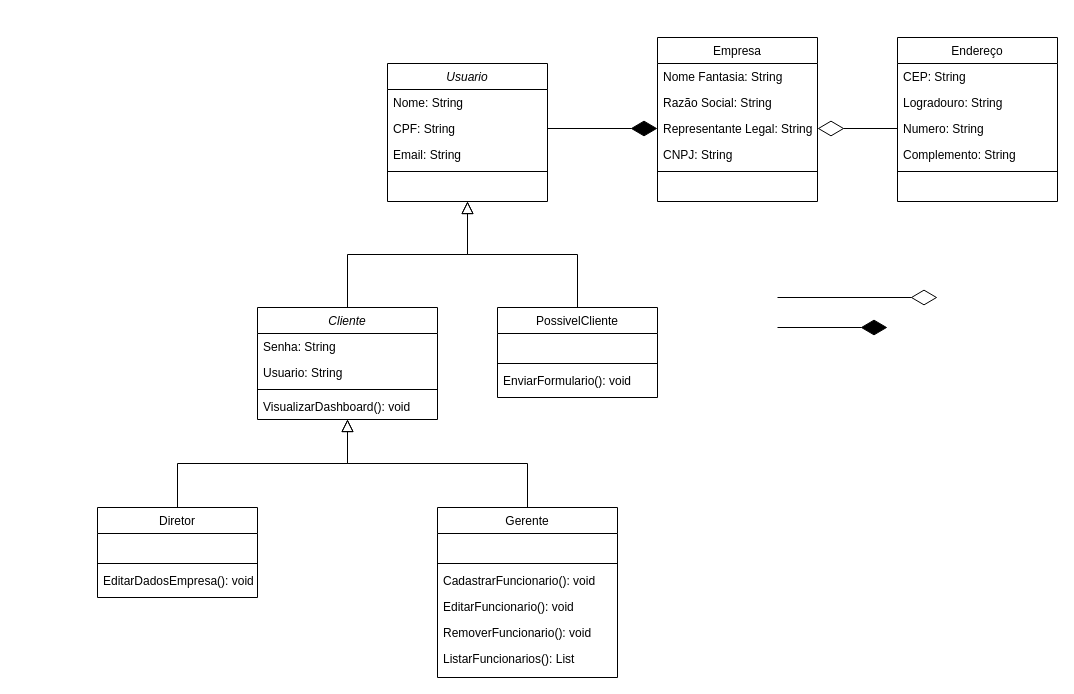
Before: Diagramas/Diagrama Classes Sistema.drawio in ViniEguchi/FYNX, a draw.io diagram. Source tidied: cells renumbered, new cells numbered last; positions are measured from the earlier drawing's top-left corner, leaving out a move shared by most shapes. Both pictures are drawn from the tidied source at 100%, with x=0, y=0 at pixel (97, 37).
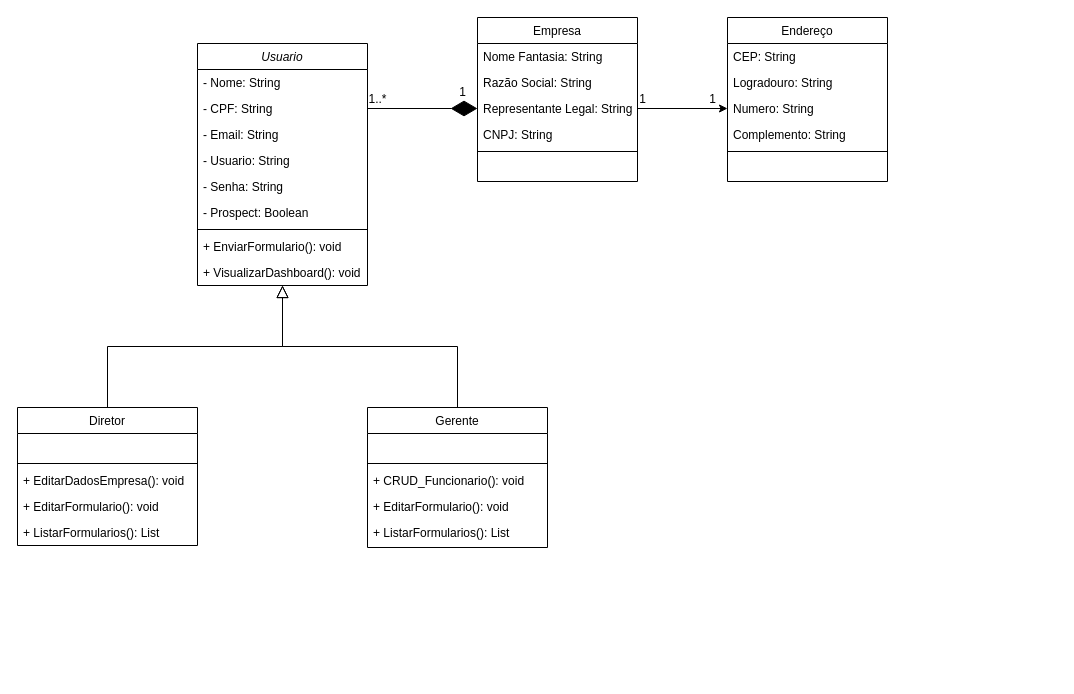
Above is the later version.

Commit message (it also covers changes not shown here):
fix: atualizações no diagrama de classes do sistema

Unchanged cells that the change refers to:
```xml
<mxCell id="22" value="Representante Legal: String" style="text;align=left;verticalAlign=top;spacingLeft=4;spacingRight=4;overflow=hidden;points=[[0,0.5],[1,0.5]];portConstraint=eastwest;rounded=0;shadow=0;html=0;" parent="19" vertex="1">
  <mxGeometry y="78" width="160" height="26" as="geometry" />
</mxCell>
<mxCell id="31" value="Numero: String" style="text;align=left;verticalAlign=top;spacingLeft=4;spacingRight=4;overflow=hidden;points=[[0,0.5],[1,0.5]];portConstraint=eastwest;rounded=0;shadow=0;html=0;" parent="28" vertex="1">
  <mxGeometry y="78" width="160" height="26" as="geometry" />
</mxCell>
```

What changed in the source:
```diff
@@
     <mxCell id="2" value="Usuario" style="swimlane;fontStyle=2;align=center;verticalAlign=top;horizontal=1;startSize=26;rounded=0;shadow=0;strokeWidth=1;" parent="1" vertex="1">
-      <mxGeometry x="290" y="26" width="160" height="138" as="geometry" />
+      <mxGeometry x="100" y="6" width="170" height="242" as="geometry" />
     </mxCell>
-    <mxCell id="3" value="Nome: String" style="text;align=left;verticalAlign=top;spacingLeft=4;spacingRight=4;overflow=hidden;" parent="2" vertex="1">
-      <mxGeometry y="26" width="160" height="26" as="geometry" />
+    <mxCell id="3" value="- Nome: String" style="text;align=left;verticalAlign=top;spacingLeft=4;spacingRight=4;overflow=hidden;" parent="2" vertex="1">
+      <mxGeometry y="26" width="170" height="26" as="geometry" />
     </mxCell>
-    <mxCell id="4" value="CPF: String" style="text;align=left;verticalAlign=top;spacingLeft=4;spacingRight=4;overflow=hidden;points=[[0,0.5],[1,0.5]];portConstraint=eastwest;rounded=0;shadow=0;html=0;" parent="2" vertex="1">
-      <mxGeometry y="52" width="160" height="26" as="geometry" />
+    <mxCell id="4" value="- CPF: String" style="text;align=left;verticalAlign=top;spacingLeft=4;spacingRight=4;overflow=hidden;points=[[0,0.5],[1,0.5]];portConstraint=eastwest;rounded=0;shadow=0;html=0;" parent="2" vertex="1">
+      <mxGeometry y="52" width="170" height="26" as="geometry" />
     </mxCell>
-    <mxCell id="5" value="Email: String" style="text;align=left;verticalAlign=top;spacingLeft=4;spacingRight=4;overflow=hidden;" parent="2" vertex="1">
-      <mxGeometry y="78" width="160" height="26" as="geometry" />
+    <mxCell id="5" value="- Email: String" style="text;align=left;verticalAlign=top;spacingLeft=4;spacingRight=4;overflow=hidden;" parent="2" vertex="1">
+      <mxGeometry y="78" width="170" height="26" as="geometry" />
     </mxCell>
+    <mxCell id="46" value="- Usuario: String" style="text;align=left;verticalAlign=top;spacingLeft=4;spacingRight=4;overflow=hidden;" parent="2" vertex="1">
+      <mxGeometry y="104" width="170" height="26" as="geometry" />
+    </mxCell>
+    <mxCell id="45" value="- Senha: String" style="text;align=left;verticalAlign=top;spacingLeft=4;spacingRight=4;overflow=hidden;" parent="2" vertex="1">
+      <mxGeometry y="130" width="170" height="26" as="geometry" />
+    </mxCell>
+    <mxCell id="50" value="- Prospect: Boolean" style="text;align=left;verticalAlign=top;spacingLeft=4;spacingRight=4;overflow=hidden;" parent="2" vertex="1">
+      <mxGeometry y="156" width="170" height="26" as="geometry" />
+    </mxCell>
     <mxCell id="6" style="line;html=1;strokeWidth=1;align=left;verticalAlign=middle;spacingTop=-1;spacingLeft=3;spacingRight=3;labelPosition=right;" parent="2" vertex="1">
-      <mxGeometry y="104" width="160" height="8" as="geometry" />
+      <mxGeometry y="182" width="170" height="8" as="geometry" />
     </mxCell>
-    <mxCell id="7" value=" " style="text;align=left;verticalAlign=top;spacingLeft=4;spacingRight=4;overflow=hidden;" parent="2" vertex="1">
-      <mxGeometry y="112" width="160" height="26" as="geometry" />
+    <mxCell id="7" value="+ EnviarFormulario(): void" style="text;align=left;verticalAlign=top;spacingLeft=4;spacingRight=4;overflow=hidden;" parent="2" vertex="1">
+      <mxGeometry y="190" width="170" height="26" as="geometry" />
     </mxCell>
-    <mxCell id="8" style="edgeStyle=orthogonalEdgeStyle;rounded=0;jettySize=auto;html=1;exitX=0.5;exitY=0;exitDx=0;exitDy=0;entryX=0.5;entryY=1;entryDx=0;entryDy=0;endArrow=block;endFill=0;endSize=10;" parent="1" edge="1" source="9" target="44">
-      <mxGeometry relative="1" as="geometry" />
-    </mxCell>
+    <mxCell id="51" value="+ VisualizarDashboard(): void" style="text;align=left;verticalAlign=top;spacingLeft=4;spacingRight=4;overflow=hidden;" parent="2" vertex="1">
+      <mxGeometry y="216" width="170" height="26" as="geometry" />
+    </mxCell>
+    <mxCell id="52" style="edgeStyle=orthogonalEdgeStyle;rounded=0;jettySize=auto;html=1;exitX=0.5;exitY=0;exitDx=0;exitDy=0;endArrow=block;endFill=0;endSize=10;" parent="1" edge="1" source="9" target="2">
+      <mxGeometry relative="1" as="geometry" />
+    </mxCell>
     <mxCell id="9" value="Diretor" style="swimlane;fontStyle=0;align=center;verticalAlign=top;horizontal=1;startSize=26;rounded=0;shadow=0;strokeWidth=1;" parent="1" vertex="1">
-      <mxGeometry y="470" width="160" height="90" as="geometry" />
+      <mxGeometry x="-80" y="370" width="180" height="138" as="geometry" />
     </mxCell>
     <mxCell id="10" value=" " style="text;align=left;verticalAlign=top;spacingLeft=4;spacingRight=4;overflow=hidden;" parent="9" vertex="1">
-      <mxGeometry y="26" width="160" height="26" as="geometry" />
+      <mxGeometry y="26" width="180" height="26" as="geometry" />
     </mxCell>
     <mxCell id="11" style="line;html=1;strokeWidth=1;align=left;verticalAlign=middle;spacingTop=-1;spacingLeft=3;spacingRight=3;labelPosition=right;" parent="9" vertex="1">
-      <mxGeometry y="52" width="160" height="8" as="geometry" />
+      <mxGeometry y="52" width="180" height="8" as="geometry" />
     </mxCell>
-    <mxCell id="12" value="EditarDadosEmpresa(): void" style="text;align=left;verticalAlign=top;spacingLeft=4;spacingRight=4;overflow=hidden;" parent="9" vertex="1">
-      <mxGeometry y="60" width="160" height="26" as="geometry" />
+    <mxCell id="12" value="+ EditarDadosEmpresa(): void" style="text;align=left;verticalAlign=top;spacingLeft=4;spacingRight=4;overflow=hidden;" parent="9" vertex="1">
+      <mxGeometry y="60" width="180" height="26" as="geometry" />
     </mxCell>
-    <mxCell id="13" style="endArrow=block;endSize=10;endFill=0;shadow=0;strokeWidth=1;rounded=0;curved=0;edgeStyle=elbowEdgeStyle;elbow=vertical;exitX=0.5;exitY=0;exitDx=0;exitDy=0;" parent="1" edge="1" source="44" target="2">
-      <mxGeometry relative="1" as="geometry" />
-    </mxCell>
-    <mxCell id="14" value="PossivelCliente" style="swimlane;fontStyle=0;align=center;verticalAlign=top;horizontal=1;startSize=26;rounded=0;shadow=0;strokeWidth=1;" parent="1" vertex="1">
-      <mxGeometry x="400" y="270" width="160" height="90" as="geometry" />
-    </mxCell>
-    <mxCell id="15" value=" " style="text;align=left;verticalAlign=top;spacingLeft=4;spacingRight=4;overflow=hidden;" parent="14" vertex="1">
-      <mxGeometry y="26" width="160" height="26" as="geometry" />
-    </mxCell>
-    <mxCell id="16" style="line;html=1;strokeWidth=1;align=left;verticalAlign=middle;spacingTop=-1;spacingLeft=3;spacingRight=3;labelPosition=right;" parent="14" vertex="1">
-      <mxGeometry y="52" width="160" height="8" as="geometry" />
-    </mxCell>
-    <mxCell id="17" value="EnviarFormulario(): void" style="text;align=left;verticalAlign=top;spacingLeft=4;spacingRight=4;overflow=hidden;" parent="14" vertex="1">
-      <mxGeometry y="60" width="160" height="26" as="geometry" />
-    </mxCell>
-    <mxCell id="18" style="endArrow=block;endSize=10;endFill=0;shadow=0;strokeWidth=1;rounded=0;curved=0;edgeStyle=elbowEdgeStyle;elbow=vertical;" parent="1" edge="1" source="14" target="2">
-      <mxGeometry relative="1" as="geometry" />
-    </mxCell>
+    <mxCell id="53" value="+ EditarFormulario(): void" style="text;align=left;verticalAlign=top;spacingLeft=4;spacingRight=4;overflow=hidden;" parent="9" vertex="1">
+      <mxGeometry y="86" width="180" height="26" as="geometry" />
+    </mxCell>
+    <mxCell id="54" value="+ ListarFormularios(): List" style="text;align=left;verticalAlign=top;spacingLeft=4;spacingRight=4;overflow=hidden;" parent="9" vertex="1">
+      <mxGeometry y="112" width="180" height="26" as="geometry" />
+    </mxCell>
     <mxCell id="19" value="Empresa" style="swimlane;fontStyle=0;align=center;verticalAlign=top;horizontal=1;startSize=26;rounded=0;shadow=0;strokeWidth=1;" parent="1" vertex="1">
-      <mxGeometry x="560" width="160" height="164" as="geometry" />
+      <mxGeometry x="380" y="-20" width="160" height="164" as="geometry" />
     </mxCell>
@@
-    <mxCell id="27" style="endArrow=diamondThin;endFill=0;endSize=24;html=1;rounded=0;" parent="1" edge="1">
-      <mxGeometry relative="1" as="geometry">
-        <mxPoint x="680" y="260" as="sourcePoint" />
-        <mxPoint x="840" y="260" as="targetPoint" />
-      </mxGeometry>
-    </mxCell>
     <mxCell id="28" value="Endereço" style="swimlane;fontStyle=0;align=center;verticalAlign=top;horizontal=1;startSize=26;rounded=0;shadow=0;strokeWidth=1;" parent="1" vertex="1">
-      <mxGeometry x="800" width="160" height="164" as="geometry" />
+      <mxGeometry x="630" y="-20" width="160" height="164" as="geometry" />
     </mxCell>
@@
-    <mxCell id="35" style="endArrow=diamondThin;endFill=0;endSize=24;html=1;rounded=0;exitX=0;exitY=0.5;exitDx=0;exitDy=0;entryX=1;entryY=0.5;entryDx=0;entryDy=0;" parent="1" edge="1" source="31" target="22">
-      <mxGeometry relative="1" as="geometry" />
-    </mxCell>
-    <mxCell id="36" style="edgeStyle=orthogonalEdgeStyle;rounded=0;jettySize=auto;html=1;exitX=0.5;exitY=0;exitDx=0;exitDy=0;entryX=0.5;entryY=1;entryDx=0;entryDy=0;endArrow=block;endFill=0;jumpSize=6;endSize=10;" parent="1" edge="1" source="37" target="44">
-      <mxGeometry relative="1" as="geometry" />
-    </mxCell>
+    <mxCell id="55" style="edgeStyle=orthogonalEdgeStyle;rounded=0;jettySize=auto;html=1;exitX=0.5;exitY=0;exitDx=0;exitDy=0;endArrow=block;endFill=0;endSize=10;" parent="1" edge="1" source="37" target="2">
+      <mxGeometry relative="1" as="geometry" />
+    </mxCell>
     <mxCell id="37" value="Gerente" style="swimlane;fontStyle=0;align=center;verticalAlign=top;horizontal=1;startSize=26;rounded=0;shadow=0;strokeWidth=1;" parent="1" vertex="1">
-      <mxGeometry x="340" y="470" width="180" height="170" as="geometry" />
+      <mxGeometry x="270" y="370" width="180" height="140" as="geometry" />
     </mxCell>
@@
-    <mxCell id="40" value="CadastrarFuncionario(): void" style="text;align=left;verticalAlign=top;spacingLeft=4;spacingRight=4;overflow=hidden;" parent="37" vertex="1">
+    <mxCell id="40" value="+ CRUD_Funcionario(): void" style="text;align=left;verticalAlign=top;spacingLeft=4;spacingRight=4;overflow=hidden;" parent="37" vertex="1">
       <mxGeometry y="60" width="180" height="26" as="geometry" />
     </mxCell>
-    <mxCell id="41" value="EditarFuncionario(): void" style="text;align=left;verticalAlign=top;spacingLeft=4;spacingRight=4;overflow=hidden;" parent="37" vertex="1">
+    <mxCell id="41" value="+ EditarFormulario(): void" style="text;align=left;verticalAlign=top;spacingLeft=4;spacingRight=4;overflow=hidden;" parent="37" vertex="1">
       <mxGeometry y="86" width="180" height="26" as="geometry" />
     </mxCell>
-    <mxCell id="42" value="RemoverFuncionario(): void" style="text;align=left;verticalAlign=top;spacingLeft=4;spacingRight=4;overflow=hidden;" parent="37" vertex="1">
-      <mxGeometry y="112" width="180" height="26" as="geometry" />
-    </mxCell>
-    <mxCell id="43" value="ListarFuncionarios(): List" style="text;align=left;verticalAlign=top;spacingLeft=4;spacingRight=4;overflow=hidden;" parent="37" vertex="1">
-      <mxGeometry y="138" width="180" height="26" as="geometry" />
+    <mxCell id="43" value="+ ListarFormularios(): List" style="text;align=left;verticalAlign=top;spacingLeft=4;spacingRight=4;overflow=hidden;" parent="37" vertex="1">
+      <mxGeometry y="112" width="180" height="26" as="geometry" />
     </mxCell>
-    <mxCell id="44" value="Cliente" style="swimlane;fontStyle=2;align=center;verticalAlign=top;horizontal=1;startSize=26;rounded=0;shadow=0;strokeWidth=1;" parent="1" vertex="1">
-      <mxGeometry x="160" y="270" width="180" height="112" as="geometry" />
-    </mxCell>
-    <mxCell id="45" value="Senha: String" style="text;align=left;verticalAlign=top;spacingLeft=4;spacingRight=4;overflow=hidden;" parent="44" vertex="1">
-      <mxGeometry y="26" width="180" height="26" as="geometry" />
-    </mxCell>
-    <mxCell id="46" value="Usuario: String" style="text;align=left;verticalAlign=top;spacingLeft=4;spacingRight=4;overflow=hidden;" parent="44" vertex="1">
-      <mxGeometry y="52" width="180" height="26" as="geometry" />
-    </mxCell>
-    <mxCell id="47" style="line;html=1;strokeWidth=1;align=left;verticalAlign=middle;spacingTop=-1;spacingLeft=3;spacingRight=3;labelPosition=right;" parent="44" vertex="1">
-      <mxGeometry y="78" width="180" height="8" as="geometry" />
-    </mxCell>
-    <mxCell id="48" value="VisualizarDashboard(): void" style="text;align=left;verticalAlign=top;spacingLeft=4;spacingRight=4;overflow=hidden;" parent="44" vertex="1">
-      <mxGeometry y="86" width="180" height="26" as="geometry" />
-    </mxCell>
-    <mxCell id="49" style="endArrow=diamondThin;endFill=1;endSize=24;html=1;rounded=0;exitX=1;exitY=0.5;exitDx=0;exitDy=0;entryX=0;entryY=0.5;entryDx=0;entryDy=0;" parent="1" edge="1">
-      <mxGeometry relative="1" as="geometry">
-        <mxPoint x="680" y="290" as="sourcePoint" />
-        <mxPoint x="790" y="290" as="targetPoint" />
-      </mxGeometry>
-    </mxCell>
+    <mxCell id="56" style="edgeStyle=orthogonalEdgeStyle;rounded=0;jettySize=auto;html=1;exitX=1;exitY=0.5;exitDx=0;exitDy=0;entryX=0;entryY=0.5;entryDx=0;entryDy=0;" parent="1" edge="1" source="22" target="31">
+      <mxGeometry relative="1" as="geometry" />
+    </mxCell>
+    <mxCell id="57" value="1..*" style="text;html=1;align=center;verticalAlign=middle;strokeColor=none;fillColor=none;" parent="1" vertex="1">
+      <mxGeometry x="260" y="47" width="40" height="30" as="geometry" />
+    </mxCell>
+    <mxCell id="58" value="1" style="text;html=1;align=center;verticalAlign=middle;strokeColor=none;fillColor=none;" parent="1" vertex="1">
+      <mxGeometry x="350" y="40" width="30" height="30" as="geometry" />
+    </mxCell>
+    <mxCell id="59" value="1" style="text;html=1;align=center;verticalAlign=middle;strokeColor=none;fillColor=none;" parent="1" vertex="1">
+      <mxGeometry x="530" y="47" width="30" height="30" as="geometry" />
+    </mxCell>
+    <mxCell id="60" value="1" style="text;html=1;align=center;verticalAlign=middle;strokeColor=none;fillColor=none;" parent="1" vertex="1">
+      <mxGeometry x="600" y="47" width="30" height="30" as="geometry" />
+    </mxCell>
```
